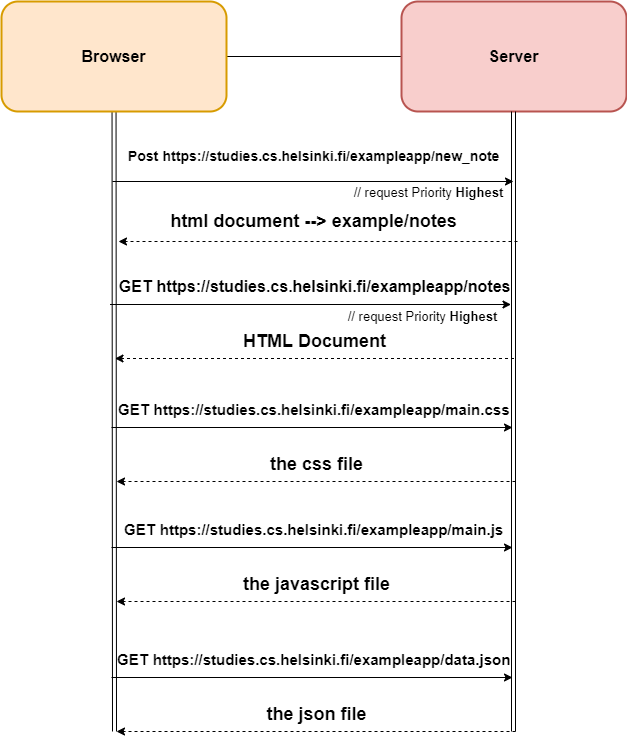
Above: Part0/0.4.drawio.png in AHenrikes/Full-Stack (draw.io), before the change. Source tidied: cells renumbered, new cells last; positions are measured from the earlier drawing's top-left corner, leaving out a move shared by most shapes.
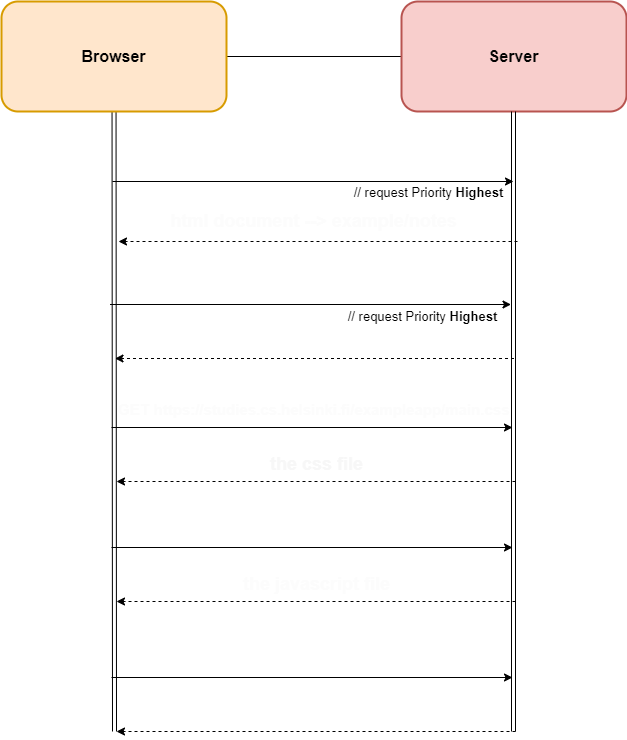
Later version of the same file.

Change to the diagram source:
```diff
@@ -12,10 +12,10 @@
         <mxPoint x="113" y="730" as="targetPoint" />
       </mxGeometry>
     </mxCell>
-    <mxCell id="4" value="Browser" style="rounded=1;whiteSpace=wrap;html=1;fontSize=16;strokeColor=#d79b00;fillColor=#ffe6cc;fontStyle=1;strokeWidth=2;" parent="1" vertex="1">
+    <mxCell id="4" value="&lt;font color=&quot;#000000&quot;&gt;Browser&lt;/font&gt;" style="rounded=1;whiteSpace=wrap;html=1;fontSize=16;strokeColor=#d79b00;fillColor=#ffe6cc;fontStyle=1;strokeWidth=2;" parent="1" vertex="1">
       <mxGeometry width="225" height="110" as="geometry" />
     </mxCell>
-    <mxCell id="5" value="Server" style="rounded=1;whiteSpace=wrap;html=1;fontSize=16;strokeColor=#b85450;fillColor=#f8cecc;fontStyle=1;strokeWidth=2;" parent="1" vertex="1">
+    <mxCell id="5" value="&lt;font color=&quot;#030303&quot;&gt;Server&lt;/font&gt;" style="rounded=1;whiteSpace=wrap;html=1;fontSize=16;strokeColor=#b85450;fillColor=#f8cecc;fontStyle=1;strokeWidth=2;" parent="1" vertex="1">
       <mxGeometry x="400" width="225" height="110" as="geometry" />
     </mxCell>
     <mxCell id="6" style="edgeStyle=none;html=1;fontSize=16;fontColor=#FFFFFF;shape=link;" parent="1" edge="1">
@@ -30,7 +30,7 @@
         <mxPoint x="512" y="180" as="targetPoint" />
       </mxGeometry>
     </mxCell>
-    <mxCell id="8" value="&lt;table cellpadding=&quot;0&quot; cellspacing=&quot;0&quot; aria-activedescendant=&quot;/GET&quot; aria-label=&quot;&quot; tabindex=&quot;0&quot; role=&quot;tree&quot; class=&quot;treeTable&quot; style=&quot;font-size: 14px;&quot;&gt;&lt;tbody tabindex=&quot;-1&quot; role=&quot;presentation&quot; style=&quot;font-size: 14px;&quot;&gt;&lt;tr class=&quot;treeRow objectRow hasChildren&quot; aria-expanded=&quot;false&quot; aria-selected=&quot;false&quot; aria-level=&quot;1&quot; role=&quot;treeitem&quot; id=&quot;/GET&quot; style=&quot;font-size: 14px;&quot;&gt;&lt;td role=&quot;presentation&quot; style=&quot;--tree-label-cell-indent: 0px; font-size: 14px;&quot; class=&quot;treeLabelCell&quot;&gt;Post&lt;/td&gt;&lt;td role=&quot;presentation&quot; class=&quot;treeValueCell objectCell&quot; style=&quot;font-size: 14px;&quot;&gt;&amp;nbsp;https://studies.cs.helsinki.fi/exampleapp/new_note&lt;/td&gt;&lt;/tr&gt;&lt;/tbody&gt;&lt;/table&gt;" style="text;html=1;align=center;verticalAlign=middle;strokeColor=none;fillColor=none;fontSize=14;fontColor=#000000;fontStyle=1;" parent="1" vertex="1">
+    <mxCell id="8" value="&lt;table cellpadding=&quot;0&quot; cellspacing=&quot;0&quot; aria-activedescendant=&quot;/GET&quot; aria-label=&quot;&quot; tabindex=&quot;0&quot; role=&quot;tree&quot; class=&quot;treeTable&quot; style=&quot;font-size: 14px;&quot;&gt;&lt;tbody tabindex=&quot;-1&quot; role=&quot;presentation&quot; style=&quot;font-size: 14px;&quot;&gt;&lt;tr class=&quot;treeRow objectRow hasChildren&quot; aria-expanded=&quot;false&quot; aria-selected=&quot;false&quot; aria-level=&quot;1&quot; role=&quot;treeitem&quot; id=&quot;/GET&quot; style=&quot;font-size: 14px;&quot;&gt;&lt;td role=&quot;presentation&quot; style=&quot;--tree-label-cell-indent: 0px; font-size: 14px;&quot; class=&quot;treeLabelCell&quot;&gt;Post&lt;/td&gt;&lt;td role=&quot;presentation&quot; class=&quot;treeValueCell objectCell&quot; style=&quot;font-size: 14px;&quot;&gt;&amp;nbsp;https://studies.cs.helsinki.fi/exampleapp/new_note&lt;/td&gt;&lt;/tr&gt;&lt;/tbody&gt;&lt;/table&gt;" style="text;html=1;align=center;verticalAlign=middle;strokeColor=none;fillColor=none;fontSize=14;fontColor=#FFFFFF;fontStyle=1;" parent="1" vertex="1">
       <mxGeometry x="117" y="140" width="389" height="29" as="geometry" />
     </mxCell>
     <mxCell id="9" style="edgeStyle=none;html=1;fontSize=16;fontColor=#FFFFFF;dashed=1;" parent="1" edge="1">
@@ -39,7 +39,7 @@
         <mxPoint x="117" y="240" as="targetPoint" />
       </mxGeometry>
     </mxCell>
-    <mxCell id="10" value="html document --&amp;gt; example/notes" style="text;html=1;align=center;verticalAlign=middle;strokeColor=none;fillColor=none;fontSize=18;fontColor=#000000;fontStyle=1;" parent="1" vertex="1">
+    <mxCell id="10" value="html document --&amp;gt; example/notes" style="text;html=1;align=center;verticalAlign=middle;strokeColor=none;fillColor=none;fontSize=18;fontColor=#FCFCFC;fontStyle=1;" parent="1" vertex="1">
       <mxGeometry x="157" y="200" width="310" height="40" as="geometry" />
     </mxCell>
     <mxCell id="11" style="edgeStyle=none;html=1;fontSize=16;fontColor=#FFFFFF;" parent="1" edge="1">
@@ -48,7 +48,7 @@
         <mxPoint x="509.5" y="303" as="targetPoint" />
       </mxGeometry>
     </mxCell>
-    <mxCell id="12" value="&lt;table cellpadding=&quot;0&quot; cellspacing=&quot;0&quot; aria-activedescendant=&quot;/GET&quot; aria-label=&quot;&quot; tabindex=&quot;0&quot; role=&quot;tree&quot; class=&quot;treeTable&quot; style=&quot;font-size: 16px;&quot;&gt;&lt;tbody tabindex=&quot;-1&quot; role=&quot;presentation&quot; style=&quot;font-size: 16px;&quot;&gt;&lt;tr class=&quot;treeRow objectRow hasChildren&quot; aria-expanded=&quot;false&quot; aria-selected=&quot;false&quot; aria-level=&quot;1&quot; role=&quot;treeitem&quot; id=&quot;/GET&quot; style=&quot;font-size: 16px;&quot;&gt;&lt;td role=&quot;presentation&quot; style=&quot;--tree-label-cell-indent: 0px; font-size: 16px;&quot; class=&quot;treeLabelCell&quot;&gt;GET&amp;nbsp;&lt;/td&gt;&lt;td role=&quot;presentation&quot; class=&quot;treeValueCell objectCell&quot; style=&quot;font-size: 16px;&quot;&gt;https://studies.cs.helsinki.fi/exampleapp/notes&lt;/td&gt;&lt;/tr&gt;&lt;/tbody&gt;&lt;/table&gt;" style="text;html=1;align=center;verticalAlign=middle;strokeColor=none;fillColor=none;fontSize=16;fontColor=#000000;fontStyle=1;" parent="1" vertex="1">
+    <mxCell id="12" value="&lt;table cellpadding=&quot;0&quot; cellspacing=&quot;0&quot; aria-activedescendant=&quot;/GET&quot; aria-label=&quot;&quot; tabindex=&quot;0&quot; role=&quot;tree&quot; class=&quot;treeTable&quot; style=&quot;font-size: 16px;&quot;&gt;&lt;tbody tabindex=&quot;-1&quot; role=&quot;presentation&quot; style=&quot;font-size: 16px;&quot;&gt;&lt;tr class=&quot;treeRow objectRow hasChildren&quot; aria-expanded=&quot;false&quot; aria-selected=&quot;false&quot; aria-level=&quot;1&quot; role=&quot;treeitem&quot; id=&quot;/GET&quot; style=&quot;font-size: 16px;&quot;&gt;&lt;td role=&quot;presentation&quot; style=&quot;--tree-label-cell-indent: 0px; font-size: 16px;&quot; class=&quot;treeLabelCell&quot;&gt;GET&amp;nbsp;&lt;/td&gt;&lt;td role=&quot;presentation&quot; class=&quot;treeValueCell objectCell&quot; style=&quot;font-size: 16px;&quot;&gt;https://studies.cs.helsinki.fi/exampleapp/notes&lt;/td&gt;&lt;/tr&gt;&lt;/tbody&gt;&lt;/table&gt;" style="text;html=1;align=center;verticalAlign=middle;strokeColor=none;fillColor=none;fontSize=16;fontColor=#FFFFFF;fontStyle=1;" parent="1" vertex="1">
       <mxGeometry x="108" y="270" width="410" height="30" as="geometry" />
     </mxCell>
     <mxCell id="13" style="edgeStyle=none;html=1;fontSize=16;fontColor=#FFFFFF;dashed=1;" parent="1" edge="1">
@@ -57,7 +57,7 @@
         <mxPoint x="113.5" y="357" as="targetPoint" />
       </mxGeometry>
     </mxCell>
-    <mxCell id="14" value="HTML Document" style="text;html=1;align=center;verticalAlign=middle;strokeColor=none;fillColor=none;fontSize=18;fontColor=#000000;fontStyle=1;" parent="1" vertex="1">
+    <mxCell id="14" value="HTML Document" style="text;html=1;align=center;verticalAlign=middle;strokeColor=none;fillColor=none;fontSize=18;fontColor=#FFFFFF;fontStyle=1;" parent="1" vertex="1">
       <mxGeometry x="232" y="323" width="161" height="34" as="geometry" />
     </mxCell>
     <mxCell id="15" style="edgeStyle=none;html=1;fontSize=16;fontColor=#FFFFFF;" parent="1" edge="1">
@@ -66,7 +66,7 @@
         <mxPoint x="511" y="426" as="targetPoint" />
       </mxGeometry>
     </mxCell>
-    <mxCell id="16" value="&lt;table cellpadding=&quot;0&quot; cellspacing=&quot;0&quot; aria-activedescendant=&quot;/GET&quot; aria-label=&quot;&quot; tabindex=&quot;0&quot; role=&quot;tree&quot; class=&quot;treeTable&quot; style=&quot;font-size: 15px;&quot;&gt;&lt;tbody tabindex=&quot;-1&quot; role=&quot;presentation&quot; style=&quot;font-size: 15px;&quot;&gt;&lt;tr class=&quot;treeRow objectRow hasChildren&quot; aria-expanded=&quot;false&quot; aria-selected=&quot;false&quot; aria-level=&quot;1&quot; role=&quot;treeitem&quot; id=&quot;/GET&quot; style=&quot;font-size: 15px;&quot;&gt;&lt;td role=&quot;presentation&quot; style=&quot;--tree-label-cell-indent: 0px; font-size: 15px;&quot; class=&quot;treeLabelCell&quot;&gt;GET&amp;nbsp;&lt;/td&gt;&lt;td role=&quot;presentation&quot; class=&quot;treeValueCell objectCell&quot; style=&quot;font-size: 15px;&quot;&gt;https://studies.cs.helsinki.fi/exampleapp/main.css&lt;/td&gt;&lt;/tr&gt;&lt;/tbody&gt;&lt;/table&gt;" style="text;html=1;align=center;verticalAlign=middle;strokeColor=none;fillColor=none;fontSize=15;fontColor=#000000;fontStyle=1;" parent="1" vertex="1">
+    <mxCell id="16" value="&lt;table cellpadding=&quot;0&quot; cellspacing=&quot;0&quot; aria-activedescendant=&quot;/GET&quot; aria-label=&quot;&quot; tabindex=&quot;0&quot; role=&quot;tree&quot; class=&quot;treeTable&quot; style=&quot;font-size: 15px;&quot;&gt;&lt;tbody tabindex=&quot;-1&quot; role=&quot;presentation&quot; style=&quot;font-size: 15px;&quot;&gt;&lt;tr class=&quot;treeRow objectRow hasChildren&quot; aria-expanded=&quot;false&quot; aria-selected=&quot;false&quot; aria-level=&quot;1&quot; role=&quot;treeitem&quot; id=&quot;/GET&quot; style=&quot;font-size: 15px;&quot;&gt;&lt;td role=&quot;presentation&quot; style=&quot;--tree-label-cell-indent: 0px; font-size: 15px;&quot; class=&quot;treeLabelCell&quot;&gt;GET&amp;nbsp;&lt;/td&gt;&lt;td role=&quot;presentation&quot; class=&quot;treeValueCell objectCell&quot; style=&quot;font-size: 15px;&quot;&gt;https://studies.cs.helsinki.fi/exampleapp/main.css&lt;/td&gt;&lt;/tr&gt;&lt;/tbody&gt;&lt;/table&gt;" style="text;html=1;align=center;verticalAlign=middle;strokeColor=none;fillColor=none;fontSize=15;fontColor=#FCFCFC;fontStyle=1;" parent="1" vertex="1">
       <mxGeometry x="107" y="393" width="410" height="30" as="geometry" />
     </mxCell>
     <mxCell id="17" style="edgeStyle=none;html=1;fontSize=16;fontColor=#FFFFFF;dashed=1;" parent="1" edge="1">
@@ -75,7 +75,7 @@
         <mxPoint x="115" y="480" as="targetPoint" />
       </mxGeometry>
     </mxCell>
-    <mxCell id="18" value="the css file" style="text;html=1;align=center;verticalAlign=middle;strokeColor=none;fillColor=none;fontSize=18;fontColor=#000000;fontStyle=1;" parent="1" vertex="1">
+    <mxCell id="18" value="the css file" style="text;html=1;align=center;verticalAlign=middle;strokeColor=none;fillColor=none;fontSize=18;fontColor=#F7F7F7;fontStyle=1;" parent="1" vertex="1">
       <mxGeometry x="254.5" y="443" width="120" height="40" as="geometry" />
     </mxCell>
     <mxCell id="19" style="edgeStyle=none;html=1;fontSize=16;fontColor=#FFFFFF;" parent="1" edge="1">
@@ -84,7 +84,7 @@
         <mxPoint x="511" y="546" as="targetPoint" />
       </mxGeometry>
     </mxCell>
-    <mxCell id="20" value="&lt;table cellpadding=&quot;0&quot; cellspacing=&quot;0&quot; aria-activedescendant=&quot;/GET&quot; aria-label=&quot;&quot; tabindex=&quot;0&quot; role=&quot;tree&quot; class=&quot;treeTable&quot; style=&quot;font-size: 15px;&quot;&gt;&lt;tbody tabindex=&quot;-1&quot; role=&quot;presentation&quot; style=&quot;font-size: 15px;&quot;&gt;&lt;tr class=&quot;treeRow objectRow hasChildren&quot; aria-expanded=&quot;false&quot; aria-selected=&quot;false&quot; aria-level=&quot;1&quot; role=&quot;treeitem&quot; id=&quot;/GET&quot; style=&quot;font-size: 15px;&quot;&gt;&lt;td role=&quot;presentation&quot; style=&quot;--tree-label-cell-indent: 0px; font-size: 15px;&quot; class=&quot;treeLabelCell&quot;&gt;GET&amp;nbsp;&lt;/td&gt;&lt;td role=&quot;presentation&quot; class=&quot;treeValueCell objectCell&quot; style=&quot;font-size: 15px;&quot;&gt;https://studies.cs.helsinki.fi/exampleapp/main.js&lt;/td&gt;&lt;/tr&gt;&lt;/tbody&gt;&lt;/table&gt;" style="text;html=1;align=center;verticalAlign=middle;strokeColor=none;fillColor=none;fontSize=15;fontColor=#000000;fontStyle=1;" parent="1" vertex="1">
+    <mxCell id="20" value="&lt;table cellpadding=&quot;0&quot; cellspacing=&quot;0&quot; aria-activedescendant=&quot;/GET&quot; aria-label=&quot;&quot; tabindex=&quot;0&quot; role=&quot;tree&quot; class=&quot;treeTable&quot; style=&quot;font-size: 15px;&quot;&gt;&lt;tbody tabindex=&quot;-1&quot; role=&quot;presentation&quot; style=&quot;font-size: 15px;&quot;&gt;&lt;tr class=&quot;treeRow objectRow hasChildren&quot; aria-expanded=&quot;false&quot; aria-selected=&quot;false&quot; aria-level=&quot;1&quot; role=&quot;treeitem&quot; id=&quot;/GET&quot; style=&quot;font-size: 15px;&quot;&gt;&lt;td role=&quot;presentation&quot; style=&quot;--tree-label-cell-indent: 0px; font-size: 15px;&quot; class=&quot;treeLabelCell&quot;&gt;GET&amp;nbsp;&lt;/td&gt;&lt;td role=&quot;presentation&quot; class=&quot;treeValueCell objectCell&quot; style=&quot;font-size: 15px;&quot;&gt;https://studies.cs.helsinki.fi/exampleapp/main.js&lt;/td&gt;&lt;/tr&gt;&lt;/tbody&gt;&lt;/table&gt;" style="text;html=1;align=center;verticalAlign=middle;strokeColor=none;fillColor=none;fontSize=15;fontColor=#FFFFFF;fontStyle=1;" parent="1" vertex="1">
       <mxGeometry x="112" y="513" width="400" height="30" as="geometry" />
     </mxCell>
     <mxCell id="21" style="edgeStyle=none;html=1;fontSize=16;fontColor=#FFFFFF;dashed=1;" parent="1" edge="1">
@@ -93,7 +93,7 @@
         <mxPoint x="115" y="600" as="targetPoint" />
       </mxGeometry>
     </mxCell>
-    <mxCell id="22" value="the javascript file" style="text;html=1;align=center;verticalAlign=middle;strokeColor=none;fillColor=none;fontSize=18;fontColor=#000000;fontStyle=1;" parent="1" vertex="1">
+    <mxCell id="22" value="the javascript file" style="text;html=1;align=center;verticalAlign=middle;strokeColor=none;fillColor=none;fontSize=18;fontColor=#FCFCFC;fontStyle=1;" parent="1" vertex="1">
       <mxGeometry x="229.5" y="563" width="170" height="40" as="geometry" />
     </mxCell>
     <mxCell id="23" style="edgeStyle=none;html=1;fontSize=16;fontColor=#FFFFFF;" parent="1" edge="1">
@@ -102,7 +102,7 @@
         <mxPoint x="511" y="676" as="targetPoint" />
       </mxGeometry>
     </mxCell>
-    <mxCell id="24" value="&lt;table cellpadding=&quot;0&quot; cellspacing=&quot;0&quot; aria-activedescendant=&quot;/GET&quot; aria-label=&quot;&quot; tabindex=&quot;0&quot; role=&quot;tree&quot; class=&quot;treeTable&quot; style=&quot;font-size: 15px;&quot;&gt;&lt;tbody tabindex=&quot;-1&quot; role=&quot;presentation&quot; style=&quot;font-size: 15px;&quot;&gt;&lt;tr class=&quot;treeRow objectRow hasChildren&quot; aria-expanded=&quot;false&quot; aria-selected=&quot;false&quot; aria-level=&quot;1&quot; role=&quot;treeitem&quot; id=&quot;/GET&quot; style=&quot;font-size: 15px;&quot;&gt;&lt;td role=&quot;presentation&quot; style=&quot;--tree-label-cell-indent: 0px; font-size: 15px;&quot; class=&quot;treeLabelCell&quot;&gt;GET&amp;nbsp;&lt;/td&gt;&lt;td role=&quot;presentation&quot; class=&quot;treeValueCell objectCell&quot; style=&quot;font-size: 15px;&quot;&gt;https://studies.cs.helsinki.fi/exampleapp/data.json&lt;/td&gt;&lt;/tr&gt;&lt;/tbody&gt;&lt;/table&gt;" style="text;html=1;align=center;verticalAlign=middle;strokeColor=none;fillColor=none;fontSize=15;fontColor=#000000;fontStyle=1;" parent="1" vertex="1">
+    <mxCell id="24" value="&lt;table cellpadding=&quot;0&quot; cellspacing=&quot;0&quot; aria-activedescendant=&quot;/GET&quot; aria-label=&quot;&quot; tabindex=&quot;0&quot; role=&quot;tree&quot; class=&quot;treeTable&quot; style=&quot;font-size: 15px;&quot;&gt;&lt;tbody tabindex=&quot;-1&quot; role=&quot;presentation&quot; style=&quot;font-size: 15px;&quot;&gt;&lt;tr class=&quot;treeRow objectRow hasChildren&quot; aria-expanded=&quot;false&quot; aria-selected=&quot;false&quot; aria-level=&quot;1&quot; role=&quot;treeitem&quot; id=&quot;/GET&quot; style=&quot;font-size: 15px;&quot;&gt;&lt;td role=&quot;presentation&quot; style=&quot;--tree-label-cell-indent: 0px; font-size: 15px;&quot; class=&quot;treeLabelCell&quot;&gt;GET&amp;nbsp;&lt;/td&gt;&lt;td role=&quot;presentation&quot; class=&quot;treeValueCell objectCell&quot; style=&quot;font-size: 15px;&quot;&gt;https://studies.cs.helsinki.fi/exampleapp/data.json&lt;/td&gt;&lt;/tr&gt;&lt;/tbody&gt;&lt;/table&gt;" style="text;html=1;align=center;verticalAlign=middle;strokeColor=none;fillColor=none;fontSize=15;fontColor=#FFFFFF;fontStyle=1;" parent="1" vertex="1">
       <mxGeometry x="102" y="643" width="420" height="30" as="geometry" />
     </mxCell>
     <mxCell id="25" style="edgeStyle=none;html=1;fontSize=16;fontColor=#FFFFFF;dashed=1;" parent="1" edge="1">
@@ -111,7 +111,7 @@
         <mxPoint x="115" y="730" as="targetPoint" />
       </mxGeometry>
     </mxCell>
-    <mxCell id="26" value="the json file" style="text;html=1;align=center;verticalAlign=middle;strokeColor=none;fillColor=none;fontSize=18;fontColor=#000000;fontStyle=1;" parent="1" vertex="1">
+    <mxCell id="26" value="the json file" style="text;html=1;align=center;verticalAlign=middle;strokeColor=none;fillColor=none;fontSize=18;fontColor=#FFFFFF;fontStyle=1;" parent="1" vertex="1">
       <mxGeometry x="254.5" y="693" width="120" height="40" as="geometry" />
     </mxCell>
     <mxCell id="27" value="// request Priority &lt;b&gt;Highest&lt;/b&gt;" style="text;html=1;align=center;verticalAlign=middle;strokeColor=none;fillColor=none;fontSize=13;" parent="1" vertex="1">
```
